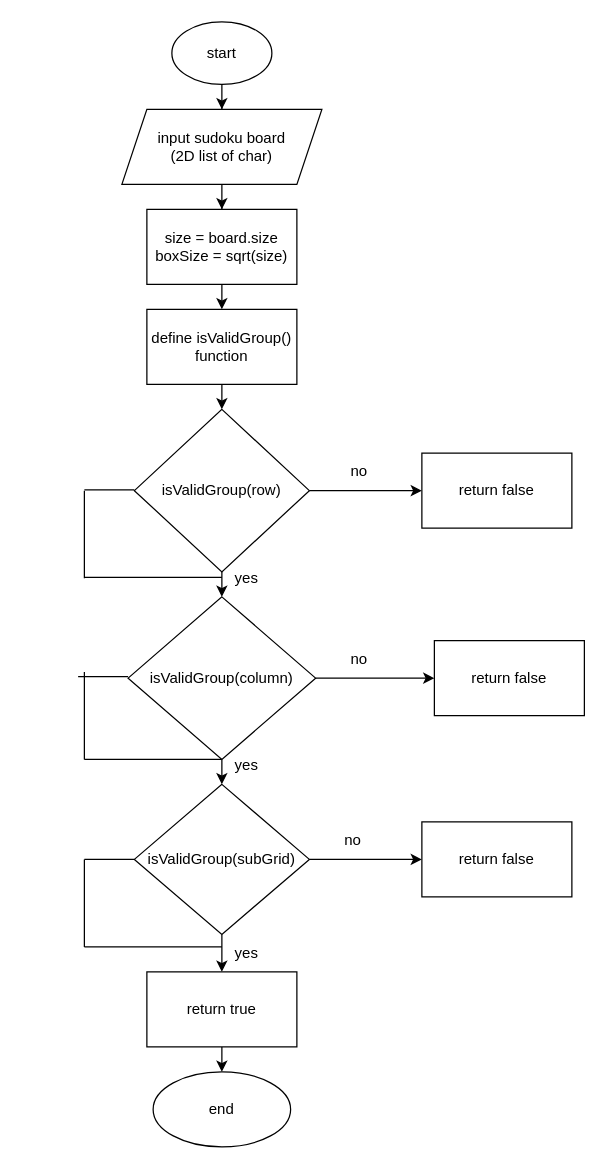
Earlier version of the draw.io diagram page "Sudoku diagram" (1 of 2) of Untitled Diagram.drawio (Zeinab979/sudoku-checker). Source tidied: cells renumbered, new cells numbered last; positions are measured from the earlier drawing's top-left corner, leaving out a move shared by most shapes. Both pictures are drawn from the tidied source at 125%, with x=0, y=0 at pixel (78, 21).
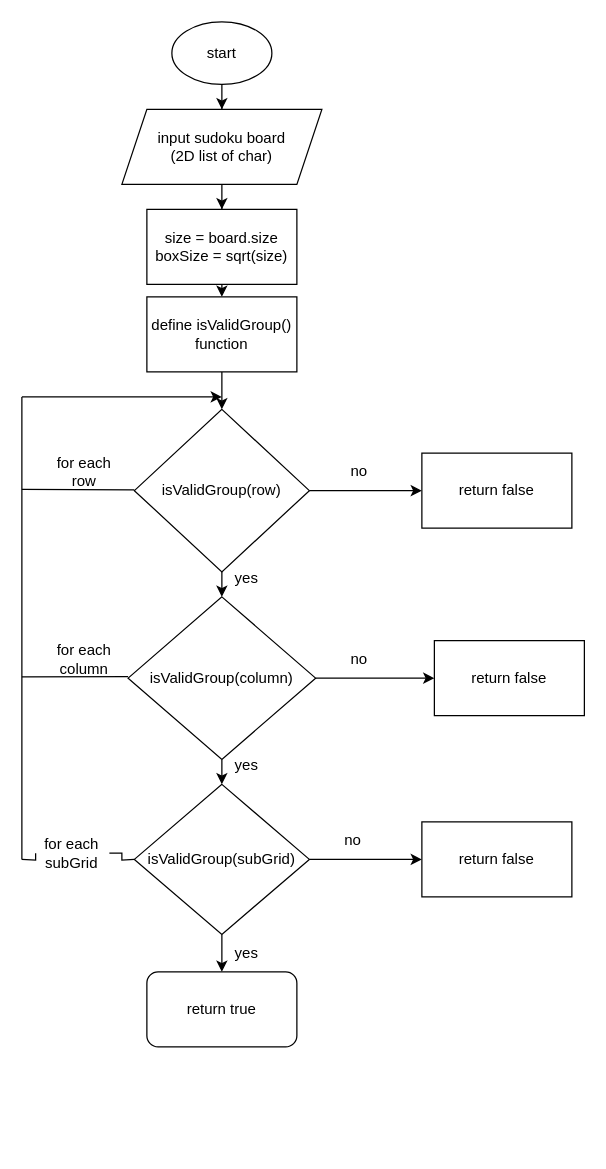
The same diagram, later.

Unchanged cells that the change refers to:
```xml
<mxCell id="18" value="&lt;div&gt;isValidGroup(subGrid)&lt;/div&gt;" style="rhombus;whiteSpace=wrap;html=1;" parent="1" vertex="1">
  <mxGeometry x="45" y="610" width="140" height="120" as="geometry" />
</mxCell>
```

Diff of the diagram source:
```diff
@@
-    <mxCell id="17" style="edgeStyle=none;rounded=0;jettySize=auto;html=1;" parent="1" edge="1" source="18" target="31">
-      <mxGeometry relative="1" as="geometry" />
+    <mxCell id="17" style="edgeStyle=none;rounded=0;jettySize=auto;html=1;" parent="1" edge="1" source="18">
+      <mxGeometry relative="1" as="geometry">
+        <mxPoint x="115" y="760" as="targetPoint" />
+      </mxGeometry>
     </mxCell>
@@
-    <mxCell id="27" value="end" style="ellipse;whiteSpace=wrap;html=1;" parent="1" vertex="1">
-      <mxGeometry x="60" y="840" width="110" height="60" as="geometry" />
-    </mxCell>
@@
     <mxCell id="29" value="define isValidGroup() function" style="rounded=0;whiteSpace=wrap;html=1;" parent="1" vertex="1">
-      <mxGeometry x="55" y="230" width="120" height="60" as="geometry" />
+      <mxGeometry x="55" y="220" width="120" height="60" as="geometry" />
     </mxCell>
-    <mxCell id="30" style="edgeStyle=none;rounded=0;jettySize=auto;html=1;" parent="1" edge="1" source="31" target="27">
-      <mxGeometry relative="1" as="geometry" />
-    </mxCell>
-    <mxCell id="31" value="return true" style="whiteSpace=wrap;html=1;" parent="1" vertex="1">
-      <mxGeometry x="55" y="760" width="120" height="60" as="geometry" />
-    </mxCell>
@@
-    <mxCell id="33" style="endArrow=none;html=1;rounded=0;" parent="1" edge="1">
-      <mxGeometry relative="1" as="geometry">
-        <mxPoint x="5" y="444.3" as="sourcePoint" />
-        <mxPoint x="115" y="444.3" as="targetPoint" />
-      </mxGeometry>
-    </mxCell>
-    <mxCell id="34" style="endArrow=none;html=1;rounded=0;" parent="1" edge="1">
-      <mxGeometry relative="1" as="geometry">
-        <mxPoint x="5" y="740" as="sourcePoint" />
-        <mxPoint x="115" y="740" as="targetPoint" />
-      </mxGeometry>
-    </mxCell>
-    <mxCell id="35" style="endArrow=none;html=1;rounded=0;" parent="1" edge="1">
-      <mxGeometry relative="1" as="geometry">
-        <mxPoint x="5" y="590" as="sourcePoint" />
-        <mxPoint x="115" y="590" as="targetPoint" />
-      </mxGeometry>
-    </mxCell>
-    <mxCell id="36" style="endArrow=none;html=1;rounded=0;" parent="1" edge="1">
+    <mxCell id="36" style="endArrow=none;html=1;rounded=0;edgeStyle=orthogonalEdgeStyle;" parent="1" edge="1" source="47">
       <mxGeometry relative="1" as="geometry">
-        <mxPoint x="5" y="670" as="sourcePoint" />
         <mxPoint x="45" y="670" as="targetPoint" />
       </mxGeometry>
     </mxCell>
-    <mxCell id="37" style="endArrow=none;html=1;rounded=0;" parent="1" edge="1">
-      <mxGeometry relative="1" as="geometry">
-        <mxPoint x="5" y="740" as="sourcePoint" />
-        <mxPoint x="5" y="670" as="targetPoint" />
-      </mxGeometry>
-    </mxCell>
     <mxCell id="38" style="endArrow=none;html=1;rounded=0;" parent="1" edge="1">
       <mxGeometry relative="1" as="geometry">
-        <mxPoint x="5" y="374.3" as="sourcePoint" />
+        <mxPoint x="-45" y="374" as="sourcePoint" />
         <mxPoint x="45" y="374.3" as="targetPoint" />
       </mxGeometry>
     </mxCell>
     <mxCell id="39" style="endArrow=none;html=1;rounded=0;" parent="1" edge="1">
       <mxGeometry relative="1" as="geometry">
-        <mxPoint y="523.7" as="sourcePoint" />
+        <mxPoint x="-45" y="524" as="sourcePoint" />
         <mxPoint x="40" y="523.7" as="targetPoint" />
       </mxGeometry>
     </mxCell>
-    <mxCell id="40" style="endArrow=none;html=1;rounded=0;" parent="1" edge="1">
-      <mxGeometry relative="1" as="geometry">
-        <mxPoint x="5" y="445" as="sourcePoint" />
-        <mxPoint x="5" y="375" as="targetPoint" />
-      </mxGeometry>
-    </mxCell>
-    <mxCell id="41" style="endArrow=none;html=1;rounded=0;" parent="1" edge="1">
-      <mxGeometry relative="1" as="geometry">
-        <mxPoint x="5" y="590" as="sourcePoint" />
-        <mxPoint x="5" y="520" as="targetPoint" />
-      </mxGeometry>
-    </mxCell>
+    <mxCell id="42" style="endArrow=none;html=1;rounded=0;curved=1;" parent="1" edge="1">
+      <mxGeometry relative="1" as="geometry">
+        <mxPoint x="-45" y="670" as="sourcePoint" />
+        <mxPoint x="-45" y="300" as="targetPoint" />
+      </mxGeometry>
+    </mxCell>
+    <mxCell id="43" style="endArrow=classic;html=1;rounded=0;curved=1;" parent="1" edge="1">
+      <mxGeometry relative="1" as="geometry">
+        <mxPoint x="-45" y="300" as="sourcePoint" />
+        <mxPoint x="115" y="300" as="targetPoint" />
+      </mxGeometry>
+    </mxCell>
+    <mxCell id="44" value="for each row" style="text;html=1;align=center;verticalAlign=middle;whiteSpace=wrap;rounded=0;" parent="1" vertex="1">
+      <mxGeometry x="-25" y="345" width="60" height="30" as="geometry" />
+    </mxCell>
+    <mxCell id="45" value="for each column" style="text;html=1;align=center;verticalAlign=middle;whiteSpace=wrap;rounded=0;" parent="1" vertex="1">
+      <mxGeometry x="-25" y="495" width="60" height="30" as="geometry" />
+    </mxCell>
+    <mxCell id="46" style="endArrow=none;html=1;rounded=0;edgeStyle=orthogonalEdgeStyle;" parent="1" edge="1" target="47">
+      <mxGeometry relative="1" as="geometry">
+        <mxPoint x="-45" y="670" as="sourcePoint" />
+      </mxGeometry>
+    </mxCell>
+    <mxCell id="47" value="for each subGrid" style="text;html=1;align=center;verticalAlign=middle;whiteSpace=wrap;rounded=0;" parent="1" vertex="1">
+      <mxGeometry x="-35" y="650" width="60" height="30" as="geometry" />
+    </mxCell>
+    <mxCell id="31" value="return true" style="rounded=1;whiteSpace=wrap;html=1;" parent="1" vertex="1">
+      <mxGeometry x="55" y="760" width="120" height="60" as="geometry" />
+    </mxCell>
```
